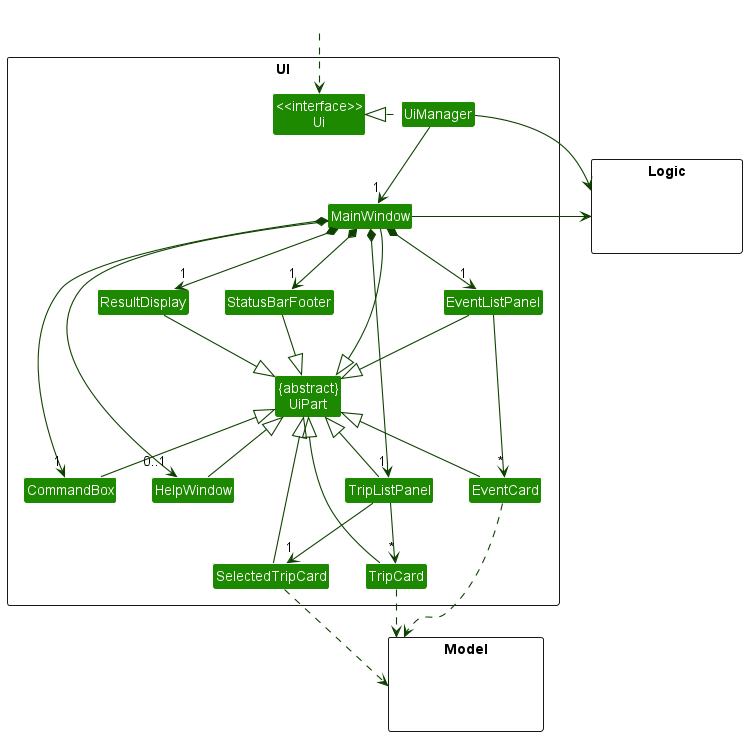
Earlier version of the PlantUML export docs/images/UiClassDiagram.png (nus-cs2103-AY2223S1/tp).
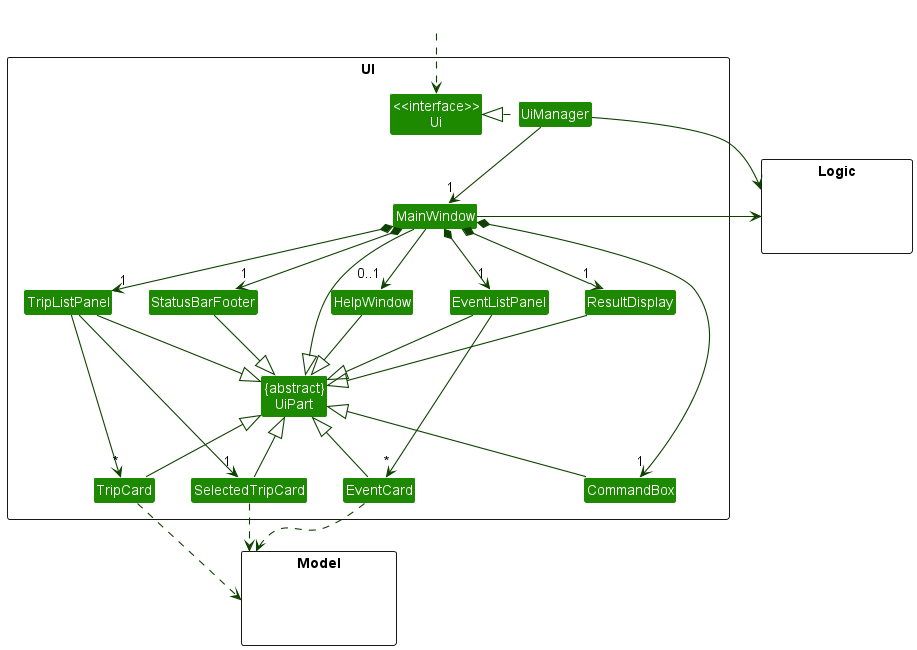
After the change.

Change to the diagram source:
```diff
@@ -62,7 +62,6 @@
 MainWindow -left-> Logic
 
 TripListPanel -[hidden]left- HelpWindow
-HelpWindow -[hidden]left- CommandBox
 CommandBox -[hidden]left- ResultDisplay
 ResultDisplay -[hidden]left- StatusBarFooter
 
```
